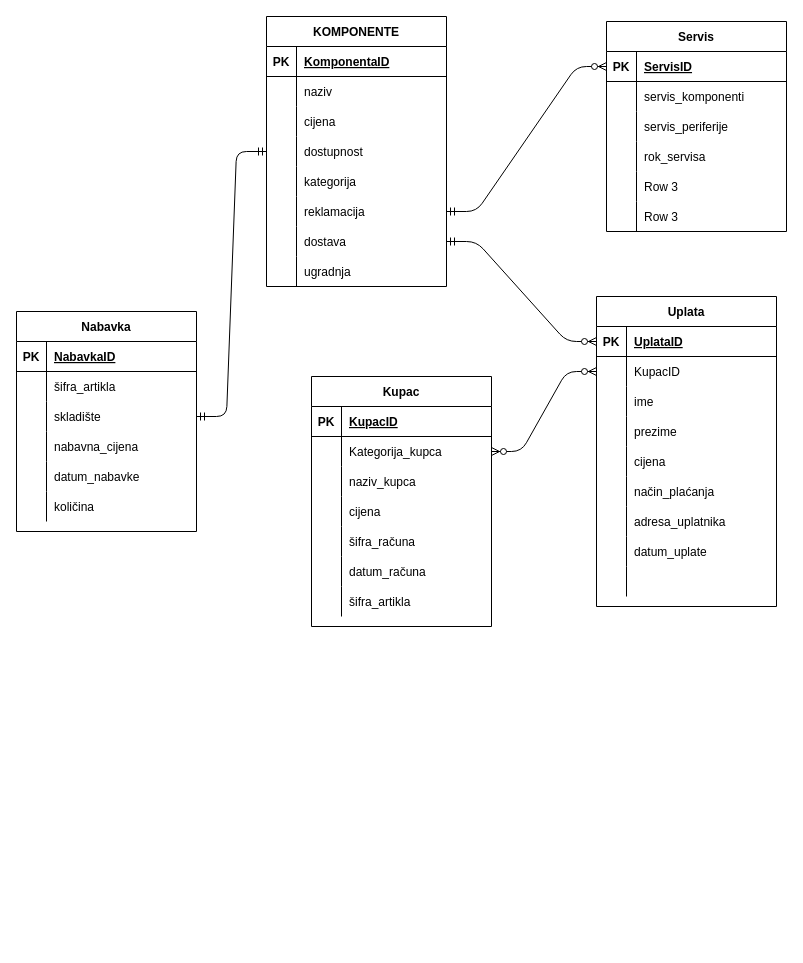
Earlier version of the draw.io diagram erd.drawio (vela02/erd). Source tidied: cells renumbered, new cells numbered last; positions are measured from the earlier drawing's top-left corner, leaving out a move shared by most shapes. Both pictures are drawn from the tidied source at 100%, with x=0, y=0 at pixel (16, 16).
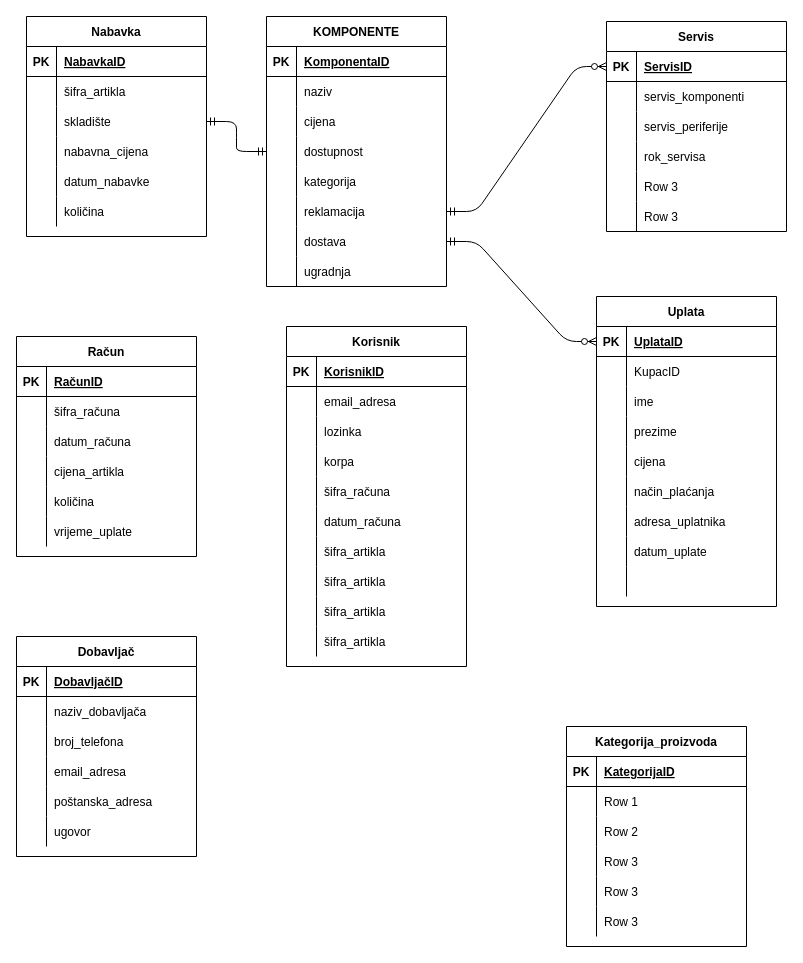
Above is the later version.

Unchanged cells that the change refers to:
```xml
<mxCell id="99" style="shape=partialRectangle;fillColor=none;top=0;left=0;bottom=1;right=0;" parent="98" vertex="1">
  <mxGeometry y="30" width="180" height="30" as="geometry" />
</mxCell>
<mxCell id="102" style="shape=partialRectangle;fillColor=none;top=0;left=0;bottom=0;right=0;points=[[0,0.5],[1,0.5]];portConstraint=eastwest;" parent="98" vertex="1">
  <mxGeometry y="60" width="180" height="30" as="geometry" />
</mxCell>
<mxCell id="105" style="shape=partialRectangle;fillColor=none;top=0;left=0;bottom=0;right=0;" parent="98" vertex="1">
  <mxGeometry y="90" width="180" height="30" as="geometry" />
</mxCell>
<mxCell id="108" style="shape=partialRectangle;fillColor=none;top=0;left=0;bottom=0;right=0;" parent="98" vertex="1">
  <mxGeometry y="120" width="180" height="30" as="geometry" />
</mxCell>
```

The edit, as a diff of the source:
```diff
@@
     <mxCell id="49" value="Nabavka" style="shape=table;startSize=30;childLayout=tableLayout;rowLines=0;fontStyle=1;align=center;" parent="1" vertex="1">
-      <mxGeometry y="295" width="180" height="220" as="geometry" />
+      <mxGeometry x="10" width="180" height="220" as="geometry" />
     </mxCell>
@@
-    <mxCell id="98" value="Kupac" style="shape=table;startSize=30;childLayout=tableLayout;rowLines=0;fontStyle=1;align=center;" parent="1" vertex="1">
-      <mxGeometry x="295" y="360" width="180" height="250" as="geometry" />
+    <mxCell id="98" value="Korisnik" style="shape=table;startSize=30;childLayout=tableLayout;rowLines=0;fontStyle=1;align=center;" parent="1" vertex="1">
+      <mxGeometry x="270" y="310" width="180" height="340" as="geometry" />
     </mxCell>
@@
-    <mxCell id="101" value="KupacID" style="shape=partialRectangle;fillColor=none;top=0;left=0;bottom=0;right=0;align=left;spacingLeft=6;fontStyle=5;overflow=hidden;" parent="99" vertex="1">
+    <mxCell id="101" value="KorisnikID" style="shape=partialRectangle;fillColor=none;top=0;left=0;bottom=0;right=0;align=left;spacingLeft=6;fontStyle=5;overflow=hidden;" parent="99" vertex="1">
       <mxGeometry x="30" width="150" height="30" as="geometry" />
     </mxCell>
@@
-    <mxCell id="104" value="Kategorija_kupca" style="shape=partialRectangle;fillColor=none;top=0;left=0;bottom=0;right=0;align=left;spacingLeft=6;overflow=hidden;" parent="102" vertex="1">
+    <mxCell id="104" value="email_adresa" style="shape=partialRectangle;fillColor=none;top=0;left=0;bottom=0;right=0;align=left;spacingLeft=6;overflow=hidden;" parent="102" vertex="1">
       <mxGeometry x="30" width="150" height="30" as="geometry" />
     </mxCell>
@@
-    <mxCell id="107" value="naziv_kupca" style="shape=partialRectangle;fillColor=none;top=0;left=0;bottom=0;right=0;align=left;spacingLeft=6;overflow=hidden;" parent="105" vertex="1">
+    <mxCell id="107" value="lozinka" style="shape=partialRectangle;fillColor=none;top=0;left=0;bottom=0;right=0;align=left;spacingLeft=6;overflow=hidden;" parent="105" vertex="1">
       <mxGeometry x="30" width="150" height="30" as="geometry" />
     </mxCell>
@@
-    <mxCell id="110" value="cijena" style="shape=partialRectangle;fillColor=none;top=0;left=0;bottom=0;right=0;align=left;spacingLeft=6;overflow=hidden;" parent="108" vertex="1">
+    <mxCell id="110" value="korpa" style="shape=partialRectangle;fillColor=none;top=0;left=0;bottom=0;right=0;align=left;spacingLeft=6;overflow=hidden;" parent="108" vertex="1">
       <mxGeometry x="30" width="150" height="30" as="geometry" />
     </mxCell>
@@
-    <mxCell id="120" style="edgeStyle=entityRelationEdgeStyle;fontSize=12;html=1;endArrow=ERzeroToMany;endFill=1;startArrow=ERzeroToMany;exitX=1;exitY=0.5;exitDx=0;exitDy=0;" parent="1" edge="1" source="102">
-      <mxGeometry relative="1" as="geometry">
-        <mxPoint x="580" y="355" as="targetPoint" />
-      </mxGeometry>
-    </mxCell>
+    <mxCell id="121" style="shape=partialRectangle;fillColor=none;top=0;left=0;bottom=0;right=0;" parent="98" vertex="1">
+      <mxGeometry y="240" width="180" height="30" as="geometry" />
+    </mxCell>
+    <mxCell id="122" style="shape=partialRectangle;fillColor=none;top=0;left=0;bottom=0;right=0;overflow=hidden;" parent="121" vertex="1">
+      <mxGeometry width="30" height="30" as="geometry" />
+    </mxCell>
+    <mxCell id="123" value="šifra_artikla" style="shape=partialRectangle;fillColor=none;top=0;left=0;bottom=0;right=0;align=left;spacingLeft=6;overflow=hidden;" parent="121" vertex="1">
+      <mxGeometry x="30" width="150" height="30" as="geometry" />
+    </mxCell>
+    <mxCell id="124" style="shape=partialRectangle;fillColor=none;top=0;left=0;bottom=0;right=0;" parent="98" vertex="1">
+      <mxGeometry y="270" width="180" height="30" as="geometry" />
+    </mxCell>
+    <mxCell id="125" style="shape=partialRectangle;fillColor=none;top=0;left=0;bottom=0;right=0;overflow=hidden;" parent="124" vertex="1">
+      <mxGeometry width="30" height="30" as="geometry" />
+    </mxCell>
+    <mxCell id="126" value="šifra_artikla" style="shape=partialRectangle;fillColor=none;top=0;left=0;bottom=0;right=0;align=left;spacingLeft=6;overflow=hidden;" parent="124" vertex="1">
+      <mxGeometry x="30" width="150" height="30" as="geometry" />
+    </mxCell>
+    <mxCell id="127" style="shape=partialRectangle;fillColor=none;top=0;left=0;bottom=0;right=0;" parent="98" vertex="1">
+      <mxGeometry y="300" width="180" height="30" as="geometry" />
+    </mxCell>
+    <mxCell id="128" style="shape=partialRectangle;fillColor=none;top=0;left=0;bottom=0;right=0;overflow=hidden;" parent="127" vertex="1">
+      <mxGeometry width="30" height="30" as="geometry" />
+    </mxCell>
+    <mxCell id="129" value="šifra_artikla" style="shape=partialRectangle;fillColor=none;top=0;left=0;bottom=0;right=0;align=left;spacingLeft=6;overflow=hidden;" parent="127" vertex="1">
+      <mxGeometry x="30" width="150" height="30" as="geometry" />
+    </mxCell>
+    <mxCell id="130" value="Račun" style="shape=table;startSize=30;childLayout=tableLayout;rowLines=0;fontStyle=1;align=center;" parent="1" vertex="1">
+      <mxGeometry y="320" width="180" height="220" as="geometry" />
+    </mxCell>
+    <mxCell id="131" style="shape=partialRectangle;fillColor=none;top=0;left=0;bottom=1;right=0;" parent="130" vertex="1">
+      <mxGeometry y="30" width="180" height="30" as="geometry" />
+    </mxCell>
+    <mxCell id="132" value="PK" style="shape=partialRectangle;fillColor=none;top=0;left=0;bottom=0;right=0;fontStyle=1;overflow=hidden;" parent="131" vertex="1">
+      <mxGeometry width="30" height="30" as="geometry" />
+    </mxCell>
+    <mxCell id="133" value="RačunID" style="shape=partialRectangle;fillColor=none;top=0;left=0;bottom=0;right=0;align=left;spacingLeft=6;fontStyle=5;overflow=hidden;" parent="131" vertex="1">
+      <mxGeometry x="30" width="150" height="30" as="geometry" />
+    </mxCell>
+    <mxCell id="134" style="shape=partialRectangle;fillColor=none;top=0;left=0;bottom=0;right=0;" parent="130" vertex="1">
+      <mxGeometry y="60" width="180" height="30" as="geometry" />
+    </mxCell>
+    <mxCell id="135" style="shape=partialRectangle;fillColor=none;top=0;left=0;bottom=0;right=0;overflow=hidden;" parent="134" vertex="1">
+      <mxGeometry width="30" height="30" as="geometry" />
+    </mxCell>
+    <mxCell id="136" value="šifra_računa" style="shape=partialRectangle;fillColor=none;top=0;left=0;bottom=0;right=0;align=left;spacingLeft=6;overflow=hidden;" parent="134" vertex="1">
+      <mxGeometry x="30" width="150" height="30" as="geometry" />
+    </mxCell>
+    <mxCell id="137" style="shape=partialRectangle;fillColor=none;top=0;left=0;bottom=0;right=0;" parent="130" vertex="1">
+      <mxGeometry y="90" width="180" height="30" as="geometry" />
+    </mxCell>
+    <mxCell id="138" style="shape=partialRectangle;fillColor=none;top=0;left=0;bottom=0;right=0;overflow=hidden;" parent="137" vertex="1">
+      <mxGeometry width="30" height="30" as="geometry" />
+    </mxCell>
+    <mxCell id="139" value="datum_računa" style="shape=partialRectangle;fillColor=none;top=0;left=0;bottom=0;right=0;align=left;spacingLeft=6;overflow=hidden;" parent="137" vertex="1">
+      <mxGeometry x="30" width="150" height="30" as="geometry" />
+    </mxCell>
+    <mxCell id="140" style="shape=partialRectangle;fillColor=none;top=0;left=0;bottom=0;right=0;" parent="130" vertex="1">
+      <mxGeometry y="120" width="180" height="30" as="geometry" />
+    </mxCell>
+    <mxCell id="141" style="shape=partialRectangle;fillColor=none;top=0;left=0;bottom=0;right=0;overflow=hidden;" parent="140" vertex="1">
+      <mxGeometry width="30" height="30" as="geometry" />
+    </mxCell>
+    <mxCell id="142" value="cijena_artikla" style="shape=partialRectangle;fillColor=none;top=0;left=0;bottom=0;right=0;align=left;spacingLeft=6;overflow=hidden;" parent="140" vertex="1">
+      <mxGeometry x="30" width="150" height="30" as="geometry" />
+    </mxCell>
+    <mxCell id="143" style="shape=partialRectangle;fillColor=none;top=0;left=0;bottom=0;right=0;" parent="130" vertex="1">
+      <mxGeometry y="150" width="180" height="30" as="geometry" />
+    </mxCell>
+    <mxCell id="144" style="shape=partialRectangle;fillColor=none;top=0;left=0;bottom=0;right=0;overflow=hidden;" parent="143" vertex="1">
+      <mxGeometry width="30" height="30" as="geometry" />
+    </mxCell>
+    <mxCell id="145" value="količina" style="shape=partialRectangle;fillColor=none;top=0;left=0;bottom=0;right=0;align=left;spacingLeft=6;overflow=hidden;" parent="143" vertex="1">
+      <mxGeometry x="30" width="150" height="30" as="geometry" />
+    </mxCell>
+    <mxCell id="146" style="shape=partialRectangle;fillColor=none;top=0;left=0;bottom=0;right=0;" parent="130" vertex="1">
+      <mxGeometry y="180" width="180" height="30" as="geometry" />
+    </mxCell>
+    <mxCell id="147" style="shape=partialRectangle;fillColor=none;top=0;left=0;bottom=0;right=0;overflow=hidden;" parent="146" vertex="1">
+      <mxGeometry width="30" height="30" as="geometry" />
+    </mxCell>
+    <mxCell id="148" value="vrijeme_uplate" style="shape=partialRectangle;fillColor=none;top=0;left=0;bottom=0;right=0;align=left;spacingLeft=6;overflow=hidden;" parent="146" vertex="1">
+      <mxGeometry x="30" width="150" height="30" as="geometry" />
+    </mxCell>
+    <mxCell id="149" value="Dobavljač" style="shape=table;startSize=30;childLayout=tableLayout;rowLines=0;fontStyle=1;align=center;" parent="1" vertex="1">
+      <mxGeometry y="620" width="180" height="220" as="geometry" />
+    </mxCell>
+    <mxCell id="150" style="shape=partialRectangle;fillColor=none;top=0;left=0;bottom=1;right=0;" parent="149" vertex="1">
+      <mxGeometry y="30" width="180" height="30" as="geometry" />
+    </mxCell>
+    <mxCell id="151" value="PK" style="shape=partialRectangle;fillColor=none;top=0;left=0;bottom=0;right=0;fontStyle=1;overflow=hidden;" parent="150" vertex="1">
+      <mxGeometry width="30" height="30" as="geometry" />
+    </mxCell>
+    <mxCell id="152" value="DobavljačID" style="shape=partialRectangle;fillColor=none;top=0;left=0;bottom=0;right=0;align=left;spacingLeft=6;fontStyle=5;overflow=hidden;" parent="150" vertex="1">
+      <mxGeometry x="30" width="150" height="30" as="geometry" />
+    </mxCell>
+    <mxCell id="153" style="shape=partialRectangle;fillColor=none;top=0;left=0;bottom=0;right=0;" parent="149" vertex="1">
+      <mxGeometry y="60" width="180" height="30" as="geometry" />
+    </mxCell>
+    <mxCell id="154" style="shape=partialRectangle;fillColor=none;top=0;left=0;bottom=0;right=0;overflow=hidden;" parent="153" vertex="1">
+      <mxGeometry width="30" height="30" as="geometry" />
+    </mxCell>
+    <mxCell id="155" value="naziv_dobavljača" style="shape=partialRectangle;fillColor=none;top=0;left=0;bottom=0;right=0;align=left;spacingLeft=6;overflow=hidden;" parent="153" vertex="1">
+      <mxGeometry x="30" width="150" height="30" as="geometry" />
+    </mxCell>
+    <mxCell id="156" style="shape=partialRectangle;fillColor=none;top=0;left=0;bottom=0;right=0;" parent="149" vertex="1">
+      <mxGeometry y="90" width="180" height="30" as="geometry" />
+    </mxCell>
+    <mxCell id="157" style="shape=partialRectangle;fillColor=none;top=0;left=0;bottom=0;right=0;overflow=hidden;" parent="156" vertex="1">
+      <mxGeometry width="30" height="30" as="geometry" />
+    </mxCell>
+    <mxCell id="158" value="broj_telefona" style="shape=partialRectangle;fillColor=none;top=0;left=0;bottom=0;right=0;align=left;spacingLeft=6;overflow=hidden;" parent="156" vertex="1">
+      <mxGeometry x="30" width="150" height="30" as="geometry" />
+    </mxCell>
+    <mxCell id="159" style="shape=partialRectangle;fillColor=none;top=0;left=0;bottom=0;right=0;" parent="149" vertex="1">
+      <mxGeometry y="120" width="180" height="30" as="geometry" />
+    </mxCell>
+    <mxCell id="160" style="shape=partialRectangle;fillColor=none;top=0;left=0;bottom=0;right=0;overflow=hidden;" parent="159" vertex="1">
+      <mxGeometry width="30" height="30" as="geometry" />
+    </mxCell>
+    <mxCell id="161" value="email_adresa" style="shape=partialRectangle;fillColor=none;top=0;left=0;bottom=0;right=0;align=left;spacingLeft=6;overflow=hidden;" parent="159" vertex="1">
+      <mxGeometry x="30" width="150" height="30" as="geometry" />
+    </mxCell>
+    <mxCell id="162" style="shape=partialRectangle;fillColor=none;top=0;left=0;bottom=0;right=0;" parent="149" vertex="1">
+      <mxGeometry y="150" width="180" height="30" as="geometry" />
+    </mxCell>
+    <mxCell id="163" style="shape=partialRectangle;fillColor=none;top=0;left=0;bottom=0;right=0;overflow=hidden;" parent="162" vertex="1">
+      <mxGeometry width="30" height="30" as="geometry" />
+    </mxCell>
+    <mxCell id="164" value="poštanska_adresa" style="shape=partialRectangle;fillColor=none;top=0;left=0;bottom=0;right=0;align=left;spacingLeft=6;overflow=hidden;" parent="162" vertex="1">
+      <mxGeometry x="30" width="150" height="30" as="geometry" />
+    </mxCell>
+    <mxCell id="165" style="shape=partialRectangle;fillColor=none;top=0;left=0;bottom=0;right=0;" parent="149" vertex="1">
+      <mxGeometry y="180" width="180" height="30" as="geometry" />
+    </mxCell>
+    <mxCell id="166" style="shape=partialRectangle;fillColor=none;top=0;left=0;bottom=0;right=0;overflow=hidden;" parent="165" vertex="1">
+      <mxGeometry width="30" height="30" as="geometry" />
+    </mxCell>
+    <mxCell id="167" value="ugovor" style="shape=partialRectangle;fillColor=none;top=0;left=0;bottom=0;right=0;align=left;spacingLeft=6;overflow=hidden;" parent="165" vertex="1">
+      <mxGeometry x="30" width="150" height="30" as="geometry" />
+    </mxCell>
+    <mxCell id="168" value="Kategorija_proizvoda" style="shape=table;startSize=30;childLayout=tableLayout;rowLines=0;fontStyle=1;align=center;" parent="1" vertex="1">
+      <mxGeometry x="550" y="710" width="180" height="220" as="geometry" />
+    </mxCell>
+    <mxCell id="169" style="shape=partialRectangle;fillColor=none;top=0;left=0;bottom=1;right=0;" parent="168" vertex="1">
+      <mxGeometry y="30" width="180" height="30" as="geometry" />
+    </mxCell>
+    <mxCell id="170" value="PK" style="shape=partialRectangle;fillColor=none;top=0;left=0;bottom=0;right=0;fontStyle=1;overflow=hidden;" parent="169" vertex="1">
+      <mxGeometry width="30" height="30" as="geometry" />
+    </mxCell>
+    <mxCell id="171" value="KategorijaID" style="shape=partialRectangle;fillColor=none;top=0;left=0;bottom=0;right=0;align=left;spacingLeft=6;fontStyle=5;overflow=hidden;" parent="169" vertex="1">
+      <mxGeometry x="30" width="150" height="30" as="geometry" />
+    </mxCell>
+    <mxCell id="172" style="shape=partialRectangle;fillColor=none;top=0;left=0;bottom=0;right=0;" parent="168" vertex="1">
+      <mxGeometry y="60" width="180" height="30" as="geometry" />
+    </mxCell>
+    <mxCell id="173" style="shape=partialRectangle;fillColor=none;top=0;left=0;bottom=0;right=0;overflow=hidden;" parent="172" vertex="1">
+      <mxGeometry width="30" height="30" as="geometry" />
+    </mxCell>
+    <mxCell id="174" value="Row 1" style="shape=partialRectangle;fillColor=none;top=0;left=0;bottom=0;right=0;align=left;spacingLeft=6;overflow=hidden;" parent="172" vertex="1">
+      <mxGeometry x="30" width="150" height="30" as="geometry" />
+    </mxCell>
+    <mxCell id="175" style="shape=partialRectangle;fillColor=none;top=0;left=0;bottom=0;right=0;" parent="168" vertex="1">
+      <mxGeometry y="90" width="180" height="30" as="geometry" />
+    </mxCell>
+    <mxCell id="176" style="shape=partialRectangle;fillColor=none;top=0;left=0;bottom=0;right=0;overflow=hidden;" parent="175" vertex="1">
+      <mxGeometry width="30" height="30" as="geometry" />
+    </mxCell>
+    <mxCell id="177" value="Row 2" style="shape=partialRectangle;fillColor=none;top=0;left=0;bottom=0;right=0;align=left;spacingLeft=6;overflow=hidden;" parent="175" vertex="1">
+      <mxGeometry x="30" width="150" height="30" as="geometry" />
+    </mxCell>
+    <mxCell id="178" style="shape=partialRectangle;fillColor=none;top=0;left=0;bottom=0;right=0;" parent="168" vertex="1">
+      <mxGeometry y="120" width="180" height="30" as="geometry" />
+    </mxCell>
+    <mxCell id="179" style="shape=partialRectangle;fillColor=none;top=0;left=0;bottom=0;right=0;overflow=hidden;" parent="178" vertex="1">
+      <mxGeometry width="30" height="30" as="geometry" />
+    </mxCell>
+    <mxCell id="180" value="Row 3" style="shape=partialRectangle;fillColor=none;top=0;left=0;bottom=0;right=0;align=left;spacingLeft=6;overflow=hidden;" parent="178" vertex="1">
+      <mxGeometry x="30" width="150" height="30" as="geometry" />
+    </mxCell>
+    <mxCell id="181" style="shape=partialRectangle;fillColor=none;top=0;left=0;bottom=0;right=0;" parent="168" vertex="1">
+      <mxGeometry y="150" width="180" height="30" as="geometry" />
+    </mxCell>
+    <mxCell id="182" style="shape=partialRectangle;fillColor=none;top=0;left=0;bottom=0;right=0;overflow=hidden;" parent="181" vertex="1">
+      <mxGeometry width="30" height="30" as="geometry" />
+    </mxCell>
+    <mxCell id="183" value="Row 3" style="shape=partialRectangle;fillColor=none;top=0;left=0;bottom=0;right=0;align=left;spacingLeft=6;overflow=hidden;" parent="181" vertex="1">
+      <mxGeometry x="30" width="150" height="30" as="geometry" />
+    </mxCell>
+    <mxCell id="184" style="shape=partialRectangle;fillColor=none;top=0;left=0;bottom=0;right=0;" parent="168" vertex="1">
+      <mxGeometry y="180" width="180" height="30" as="geometry" />
+    </mxCell>
+    <mxCell id="185" style="shape=partialRectangle;fillColor=none;top=0;left=0;bottom=0;right=0;overflow=hidden;" parent="184" vertex="1">
+      <mxGeometry width="30" height="30" as="geometry" />
+    </mxCell>
+    <mxCell id="186" value="Row 3" style="shape=partialRectangle;fillColor=none;top=0;left=0;bottom=0;right=0;align=left;spacingLeft=6;overflow=hidden;" parent="184" vertex="1">
+      <mxGeometry x="30" width="150" height="30" as="geometry" />
+    </mxCell>
```
